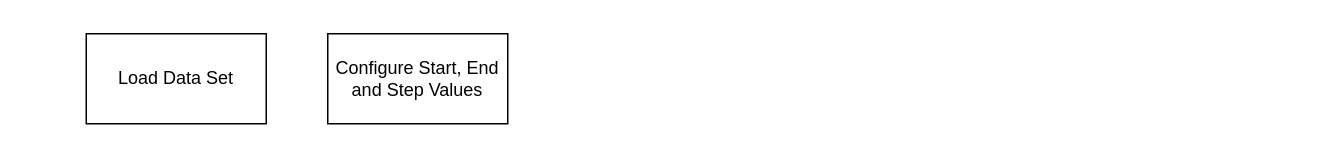
The draw.io diagram Figures/systemDesign/PreProcessing.drawio in Mikkelnn/ESD5-Project, before the edit. Source tidied: cells renumbered, new cells numbered last; positions are measured from the earlier drawing's top-left corner, leaving out a move shared by most shapes. Both pictures are drawn from the tidied source at 150%, with x=0, y=0 at pixel (86, 33).
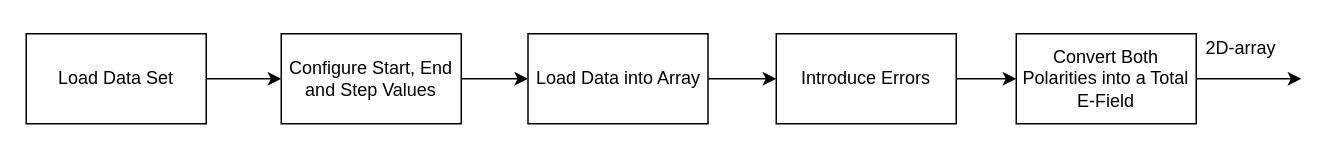
Above is the later version.

What changed in the source:
```diff
@@
 <mxGraphModel>
   <root>
     <mxCell id="0" />
     <mxCell id="1" parent="0" />
+    <mxCell id="4" style="edgeStyle=orthogonalEdgeStyle;rounded=0;jettySize=auto;html=1;" parent="1" edge="1" source="2" target="3">
+      <mxGeometry relative="1" as="geometry" />
+    </mxCell>
     <mxCell id="2" value="Load Data Set" style="rounded=0;whiteSpace=wrap;html=1;" parent="1" vertex="1">
-      <mxGeometry width="120" height="60" as="geometry" />
+      <mxGeometry x="-40" width="120" height="60" as="geometry" />
     </mxCell>
+    <mxCell id="5" style="edgeStyle=orthogonalEdgeStyle;rounded=0;jettySize=auto;html=1;" parent="1" edge="1" source="3" target="7">
+      <mxGeometry relative="1" as="geometry" />
+    </mxCell>
     <mxCell id="3" value="Configure Start, End and Step Values" style="rounded=0;whiteSpace=wrap;html=1;" parent="1" vertex="1">
-      <mxGeometry x="161" width="120" height="60" as="geometry" />
+      <mxGeometry x="130" width="120" height="60" as="geometry" />
     </mxCell>
+    <mxCell id="6" style="edgeStyle=orthogonalEdgeStyle;rounded=0;jettySize=auto;html=1;exitX=1;exitY=0.5;exitDx=0;exitDy=0;entryX=0;entryY=0.5;entryDx=0;entryDy=0;" parent="1" edge="1" source="7" target="12">
+      <mxGeometry relative="1" as="geometry" />
+    </mxCell>
+    <mxCell id="7" value="Load Data into Array" style="rounded=0;whiteSpace=wrap;html=1;" parent="1" vertex="1">
+      <mxGeometry x="294.5" width="120" height="60" as="geometry" />
+    </mxCell>
+    <mxCell id="8" style="edgeStyle=orthogonalEdgeStyle;rounded=0;jettySize=auto;html=1;exitX=1;exitY=0.5;exitDx=0;exitDy=0;" parent="1" edge="1" source="9">
+      <mxGeometry relative="1" as="geometry">
+        <mxPoint x="810" y="30" as="targetPoint" />
+      </mxGeometry>
+    </mxCell>
+    <mxCell id="9" value="Convert Both Polarities into a Total E-Field" style="rounded=0;whiteSpace=wrap;html=1;" parent="1" vertex="1">
+      <mxGeometry x="620" width="120" height="60" as="geometry" />
+    </mxCell>
+    <mxCell id="10" value="2D-array" style="text;html=1;align=center;verticalAlign=middle;whiteSpace=wrap;rounded=0;" parent="1" vertex="1">
+      <mxGeometry x="740" y="-5" width="60" height="30" as="geometry" />
+    </mxCell>
+    <mxCell id="11" style="edgeStyle=orthogonalEdgeStyle;rounded=0;jettySize=auto;html=1;" parent="1" edge="1" source="12" target="9">
+      <mxGeometry relative="1" as="geometry" />
+    </mxCell>
+    <mxCell id="12" value="Introduce Errors" style="rounded=0;whiteSpace=wrap;html=1;" parent="1" vertex="1">
+      <mxGeometry x="460" width="120" height="60" as="geometry" />
+    </mxCell>
   </root>
 </mxGraphModel>
```
